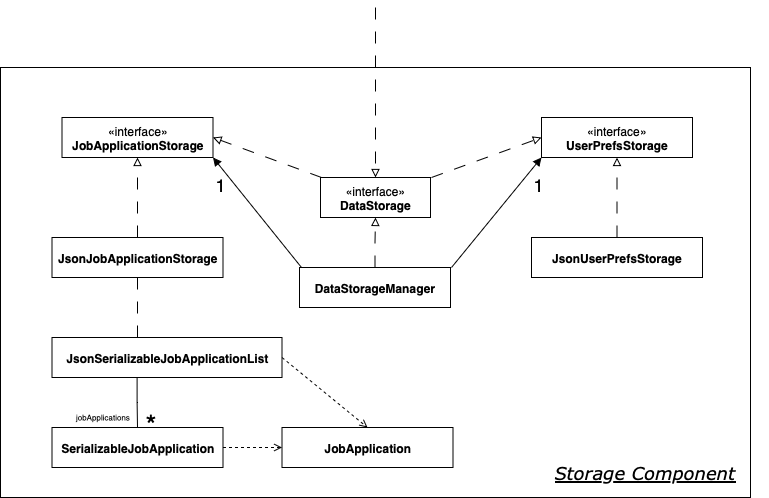
Above: docs/images/HustleHub-Storage.png in san4b0t/tp (draw.io), before the change. Source tidied: cells renumbered, new cells last; positions are measured from the earlier drawing's top-left corner, leaving out a move shared by most shapes.
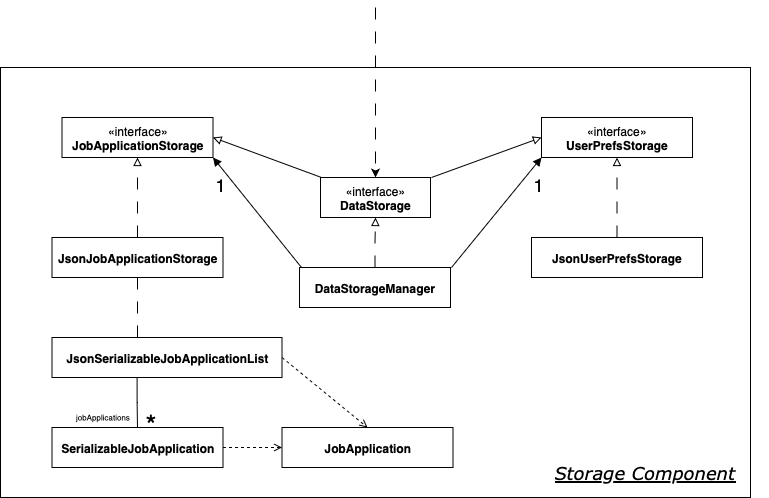
After the change.

Commit message:
Correct Storage UML diagram's associations

Diff of the diagram source:
```diff
@@ -5,12 +5,12 @@
     <mxCell id="2" style="rounded=0;whiteSpace=wrap;html=1;" parent="1" vertex="1">
       <mxGeometry y="60" width="750" height="430" as="geometry" />
     </mxCell>
-    <mxCell id="3" style="shape=connector;rounded=0;jettySize=auto;html=1;entryX=1;entryY=0.5;entryDx=0;entryDy=0;dashed=1;dashPattern=12 12;strokeColor=default;align=center;verticalAlign=middle;fontFamily=Helvetica;fontSize=11;fontColor=default;labelBackgroundColor=default;endArrow=block;endFill=0;" parent="1" edge="1" target="10">
+    <mxCell id="3" style="shape=connector;rounded=0;jettySize=auto;html=1;entryX=1;entryY=0.5;entryDx=0;entryDy=0;strokeColor=default;align=center;verticalAlign=middle;fontFamily=Helvetica;fontSize=11;fontColor=default;labelBackgroundColor=default;endArrow=block;endFill=0;" parent="1" edge="1" target="10">
       <mxGeometry relative="1" as="geometry">
         <mxPoint x="321" y="170" as="sourcePoint" />
       </mxGeometry>
     </mxCell>
-    <mxCell id="4" style="shape=connector;rounded=0;jettySize=auto;html=1;entryX=0;entryY=0.5;entryDx=0;entryDy=0;dashed=1;dashPattern=12 12;strokeColor=default;align=center;verticalAlign=middle;fontFamily=Helvetica;fontSize=11;fontColor=default;labelBackgroundColor=default;endArrow=block;endFill=0;" parent="1" edge="1" target="9">
+    <mxCell id="4" style="shape=connector;rounded=0;jettySize=auto;html=1;entryX=0;entryY=0.5;entryDx=0;entryDy=0;strokeColor=default;align=center;verticalAlign=middle;fontFamily=Helvetica;fontSize=11;fontColor=default;labelBackgroundColor=default;endArrow=block;endFill=0;" parent="1" edge="1" target="9">
       <mxGeometry relative="1" as="geometry">
         <mxPoint x="431" y="170" as="sourcePoint" />
       </mxGeometry>
@@ -89,7 +89,7 @@
     <mxCell id="26" value="jobApplications" style="text;html=1;align=center;verticalAlign=middle;strokeColor=none;fillColor=none;fontFamily=Helvetica;fontSize=8;fontColor=default;labelBackgroundColor=default;" parent="1" vertex="1">
       <mxGeometry x="61.5" y="400" width="80" height="20" as="geometry" />
     </mxCell>
-    <mxCell id="27" style="edgeStyle=orthogonalEdgeStyle;shape=connector;rounded=0;orthogonalLoop=1;jettySize=auto;html=1;dashed=1;dashPattern=12 12;strokeColor=default;align=center;verticalAlign=middle;fontFamily=Helvetica;fontSize=11;fontColor=default;labelBackgroundColor=default;endArrow=block;endFill=0;" parent="1" edge="1">
+    <mxCell id="27" style="edgeStyle=orthogonalEdgeStyle;shape=connector;rounded=0;orthogonalLoop=1;jettySize=auto;html=1;dashed=1;dashPattern=12 12;strokeColor=default;align=center;verticalAlign=middle;fontFamily=Helvetica;fontSize=11;fontColor=default;labelBackgroundColor=default;endArrow=classic;endFill=1;" parent="1" edge="1">
       <mxGeometry relative="1" as="geometry">
         <mxPoint x="375" as="sourcePoint" />
         <mxPoint x="375" y="170" as="targetPoint" />
```
